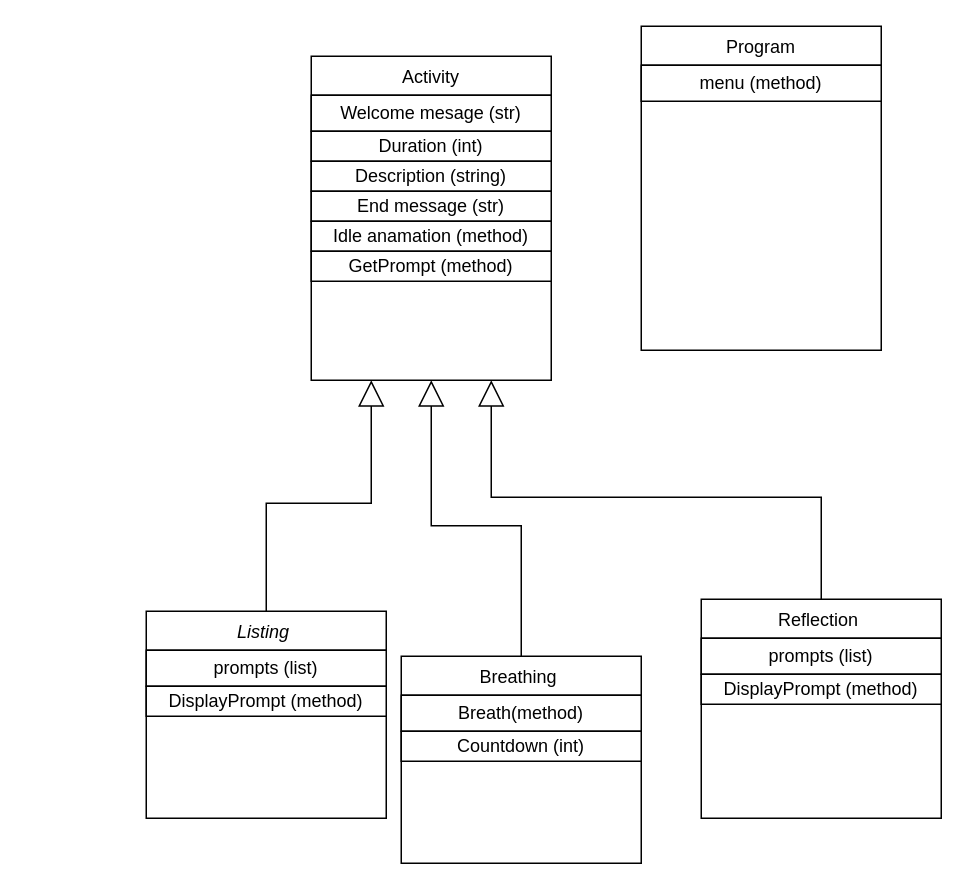
BradyHodge/CSE210 keeps this draw.io diagram as prove/Develop04/Untitled Diagram.drawio. Above is the earlier version. Source tidied: cells renumbered, new cells numbered last; positions are measured from the earlier drawing's top-left corner, leaving out a move shared by most shapes. Both pictures are drawn from the tidied source at 150%, with x=0, y=0 at pixel (146, 26).
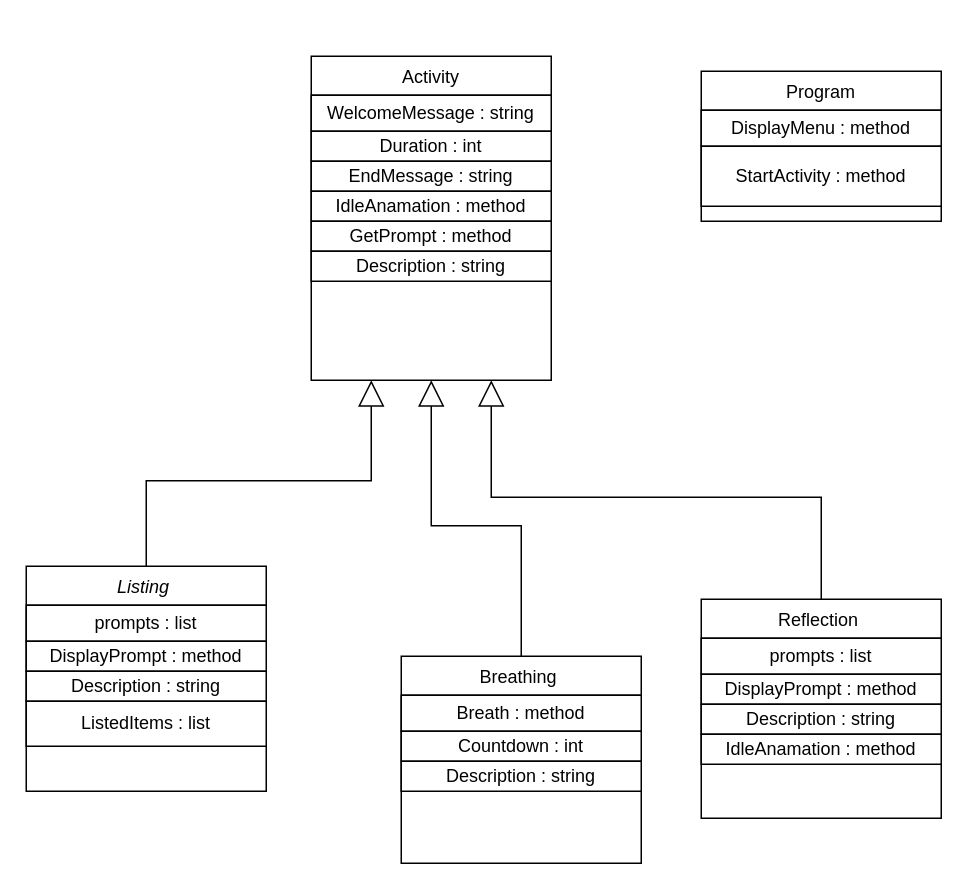
The same page after the edit.

The change refers to these unchanged cells:
```xml
<mxCell id="5" value="Breathing " style="swimlane;fontStyle=0;align=center;verticalAlign=top;horizontal=1;startSize=26;rounded=0;shadow=0;strokeWidth=1;" parent="1" vertex="1">
  <mxGeometry x="170" y="420" width="160" height="138" as="geometry" />
</mxCell>
<mxCell id="9" value="Reflection " style="swimlane;fontStyle=0;align=center;verticalAlign=top;horizontal=1;startSize=26;rounded=0;shadow=0;strokeWidth=1;" parent="1" vertex="1">
  <mxGeometry x="370" y="382" width="160" height="146" as="geometry" />
</mxCell>
<mxCell id="14" value="Activity" style="swimlane;fontStyle=0;align=center;verticalAlign=top;horizontal=1;startSize=26;rounded=0;shadow=0;strokeWidth=1;" parent="1" vertex="1">
  <mxGeometry x="110" y="20" width="160" height="216" as="geometry" />
</mxCell>
```

The edit, as a diff of the source:
```diff
@@
     <mxCell id="2" value="Listing " style="swimlane;fontStyle=2;align=center;verticalAlign=top;horizontal=1;startSize=26;rounded=0;shadow=0;strokeWidth=1;" parent="1" vertex="1">
-      <mxGeometry y="390" width="160" height="138" as="geometry" />
+      <mxGeometry x="-80" y="360" width="160" height="150" as="geometry" />
     </mxCell>
-    <mxCell id="3" value="prompts (list)" style="whiteSpace=wrap;html=1;" parent="2" vertex="1">
+    <mxCell id="3" value="prompts : list" style="whiteSpace=wrap;html=1;" parent="2" vertex="1">
       <mxGeometry y="26" width="160" height="24" as="geometry" />
     </mxCell>
-    <mxCell id="4" value="DisplayPrompt (method)" style="whiteSpace=wrap;html=1;" parent="2" vertex="1">
+    <mxCell id="4" value="DisplayPrompt : method" style="whiteSpace=wrap;html=1;" parent="2" vertex="1">
       <mxGeometry y="50" width="160" height="20" as="geometry" />
     </mxCell>
+    <mxCell id="23" value="Description : string" style="whiteSpace=wrap;html=1;" parent="2" vertex="1">
+      <mxGeometry y="70" width="160" height="20" as="geometry" />
+    </mxCell>
+    <mxCell id="24" value="ListedItems : list" style="whiteSpace=wrap;html=1;" parent="2" vertex="1">
+      <mxGeometry y="90" width="160" height="30" as="geometry" />
+    </mxCell>
@@
-    <mxCell id="6" value="Breath(method)" style="whiteSpace=wrap;html=1;" parent="5" vertex="1">
+    <mxCell id="6" value="Breath : method" style="whiteSpace=wrap;html=1;" parent="5" vertex="1">
       <mxGeometry y="26" width="160" height="24" as="geometry" />
     </mxCell>
-    <mxCell id="7" value="Countdown (int)" style="whiteSpace=wrap;html=1;" parent="5" vertex="1">
+    <mxCell id="7" value="Countdown : int" style="whiteSpace=wrap;html=1;" parent="5" vertex="1">
       <mxGeometry y="50" width="160" height="20" as="geometry" />
     </mxCell>
+    <mxCell id="17" value="Description : string" style="whiteSpace=wrap;html=1;" parent="5" vertex="1">
+      <mxGeometry y="70" width="160" height="20" as="geometry" />
+    </mxCell>
@@
-    <mxCell id="10" value="prompts (list)" style="whiteSpace=wrap;html=1;" parent="9" vertex="1">
+    <mxCell id="10" value="prompts : list" style="whiteSpace=wrap;html=1;" parent="9" vertex="1">
       <mxGeometry y="26" width="160" height="24" as="geometry" />
     </mxCell>
-    <mxCell id="11" value="DisplayPrompt (method)" style="whiteSpace=wrap;html=1;" parent="9" vertex="1">
+    <mxCell id="11" value="DisplayPrompt : method" style="whiteSpace=wrap;html=1;" parent="9" vertex="1">
       <mxGeometry y="50" width="160" height="20" as="geometry" />
     </mxCell>
+    <mxCell id="25" value="Description : string" style="whiteSpace=wrap;html=1;" parent="9" vertex="1">
+      <mxGeometry y="70" width="160" height="20" as="geometry" />
+    </mxCell>
+    <mxCell id="26" value="IdleAnamation : method" style="whiteSpace=wrap;html=1;" parent="9" vertex="1">
+      <mxGeometry y="90" width="160" height="20" as="geometry" />
+    </mxCell>
     <mxCell id="12" value="Program" style="swimlane;fontStyle=0;align=center;verticalAlign=top;horizontal=1;startSize=26;rounded=0;shadow=0;strokeWidth=1;" parent="1" vertex="1">
-      <mxGeometry x="330" width="160" height="216" as="geometry" />
+      <mxGeometry x="370" y="30" width="160" height="100" as="geometry" />
     </mxCell>
-    <mxCell id="13" value="menu (method)" style="whiteSpace=wrap;html=1;" parent="12" vertex="1">
+    <mxCell id="13" value="DisplayMenu : method" style="whiteSpace=wrap;html=1;" parent="12" vertex="1">
       <mxGeometry y="26" width="160" height="24" as="geometry" />
     </mxCell>
+    <mxCell id="27" value="StartActivity : method" style="whiteSpace=wrap;html=1;" parent="12" vertex="1">
+      <mxGeometry y="50" width="160" height="40" as="geometry" />
+    </mxCell>
@@
-    <mxCell id="15" value="Welcome mesage (str)" style="rounded=0;whiteSpace=wrap;html=1;" parent="14" vertex="1">
+    <mxCell id="15" value="WelcomeMessage : string" style="rounded=0;whiteSpace=wrap;html=1;" parent="14" vertex="1">
       <mxGeometry y="26" width="160" height="24" as="geometry" />
     </mxCell>
-    <mxCell id="16" value="Duration (int)" style="whiteSpace=wrap;html=1;" parent="14" vertex="1">
+    <mxCell id="16" value="Duration : int" style="whiteSpace=wrap;html=1;" parent="14" vertex="1">
       <mxGeometry y="50" width="160" height="20" as="geometry" />
     </mxCell>
-    <mxCell id="17" value="Description (string)" style="whiteSpace=wrap;html=1;" parent="14" vertex="1">
-      <mxGeometry y="70" width="160" height="20" as="geometry" />
-    </mxCell>
-    <mxCell id="18" value="End message (str)" style="whiteSpace=wrap;html=1;" parent="14" vertex="1">
-      <mxGeometry y="90" width="160" height="20" as="geometry" />
+    <mxCell id="18" value="EndMessage : string" style="whiteSpace=wrap;html=1;" parent="14" vertex="1">
+      <mxGeometry y="70" width="160" height="20" as="geometry" />
     </mxCell>
-    <mxCell id="19" value="Idle anamation (method)" style="whiteSpace=wrap;html=1;" parent="14" vertex="1">
-      <mxGeometry y="110" width="160" height="20" as="geometry" />
+    <mxCell id="19" value="IdleAnamation : method" style="whiteSpace=wrap;html=1;" parent="14" vertex="1">
+      <mxGeometry y="90" width="160" height="20" as="geometry" />
     </mxCell>
-    <mxCell id="20" value="GetPrompt (method)" style="whiteSpace=wrap;html=1;" parent="14" vertex="1">
-      <mxGeometry y="130" width="160" height="20" as="geometry" />
+    <mxCell id="20" value="GetPrompt : method" style="whiteSpace=wrap;html=1;" parent="14" vertex="1">
+      <mxGeometry y="110" width="160" height="20" as="geometry" />
     </mxCell>
+    <mxCell id="28" value="Description : string" style="whiteSpace=wrap;html=1;" parent="14" vertex="1">
+      <mxGeometry y="130" width="160" height="20" as="geometry" />
+    </mxCell>
```
